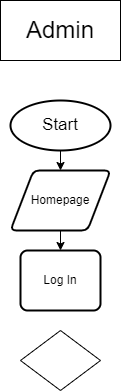
Above: Untitled Diagram.drawio.png in Jayrou12345/Flowchart (draw.io), before the change. Source tidied: cells renumbered, new cells last; positions are measured from the earlier drawing's top-left corner, leaving out a move shared by most shapes.
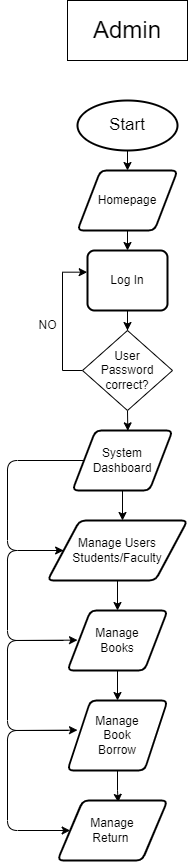
The same diagram one commit later.

Diff of the diagram source:
```diff
@@ -41,6 +41,9 @@
     <mxCell id="10" value="Homepage" style="shape=parallelogram;html=1;strokeWidth=2;perimeter=parallelogramPerimeter;whiteSpace=wrap;rounded=1;arcSize=12;size=0.23;" parent="1" vertex="1">
       <mxGeometry x="10" y="170" width="100" height="60" as="geometry" />
     </mxCell>
+    <mxCell id="14" style="edgeStyle=orthogonalEdgeStyle;rounded=0;jettySize=auto;html=1;" parent="1" edge="1" source="11" target="13">
+      <mxGeometry relative="1" as="geometry" />
+    </mxCell>
     <mxCell id="11" value="Log In" style="rounded=1;whiteSpace=wrap;html=1;absoluteArcSize=1;arcSize=14;strokeWidth=2;" parent="1" vertex="1">
       <mxGeometry x="20" y="250" width="80" height="60" as="geometry" />
     </mxCell>
@@ -49,8 +52,82 @@
         <mxPoint x="60" y="230" as="sourcePoint" />
       </mxGeometry>
     </mxCell>
+    <mxCell id="15" style="edgeStyle=orthogonalEdgeStyle;rounded=0;jettySize=auto;html=1;exitX=0;exitY=0.5;exitDx=0;exitDy=0;entryX=-0.004;entryY=0.361;entryDx=0;entryDy=0;entryPerimeter=0;" parent="1" edge="1" source="13" target="11">
+      <mxGeometry relative="1" as="geometry" />
+    </mxCell>
+    <mxCell id="16" style="edgeStyle=orthogonalEdgeStyle;rounded=0;jettySize=auto;html=1;exitX=0.5;exitY=1;exitDx=0;exitDy=0;entryX=0.553;entryY=0.006;entryDx=0;entryDy=0;entryPerimeter=0;" parent="1" edge="1" source="13" target="20">
+      <mxGeometry relative="1" as="geometry" />
+    </mxCell>
-    <mxCell id="13" style="rhombus;whiteSpace=wrap;html=1;" parent="1" vertex="1">
-      <mxGeometry x="20" y="330" width="80" height="60" as="geometry" />
+    <mxCell id="13" value="User&lt;br&gt;Password&lt;br&gt;correct?" style="rhombus;whiteSpace=wrap;html=1;" parent="1" vertex="1">
+      <mxGeometry x="15" y="330" width="90" height="80" as="geometry" />
     </mxCell>
+    <mxCell id="17" value="NO" style="text;html=1;align=center;verticalAlign=middle;strokeColor=none;fillColor=none;" parent="1" vertex="1">
+      <mxGeometry x="-40" y="310" width="40" height="30" as="geometry" />
+    </mxCell>
+    <mxCell id="18" style="rounded=1;jettySize=auto;html=1;exitX=0;exitY=0.5;exitDx=0;exitDy=0;" parent="1" edge="1" source="20" target="22">
+      <mxGeometry relative="1" as="geometry">
+        <Array as="points">
+          <mxPoint x="-60" y="460" />
+          <mxPoint x="-60" y="550" />
+        </Array>
+      </mxGeometry>
+    </mxCell>
+    <mxCell id="19" style="edgeStyle=orthogonalEdgeStyle;rounded=0;jettySize=auto;html=1;" parent="1" edge="1" source="20">
+      <mxGeometry relative="1" as="geometry">
+        <mxPoint x="55" y="520" as="targetPoint" />
+      </mxGeometry>
+    </mxCell>
+    <mxCell id="20" value="System&lt;br&gt;Dashboard" style="shape=parallelogram;html=1;strokeWidth=2;perimeter=parallelogramPerimeter;whiteSpace=wrap;rounded=1;arcSize=12;size=0.23;" parent="1" vertex="1">
+      <mxGeometry x="5" y="430" width="100" height="60" as="geometry" />
+    </mxCell>
+    <mxCell id="21" style="edgeStyle=orthogonalEdgeStyle;rounded=0;jettySize=auto;html=1;exitX=0.5;exitY=1;exitDx=0;exitDy=0;entryX=0.5;entryY=0;entryDx=0;entryDy=0;" parent="1" edge="1" source="22" target="24">
+      <mxGeometry relative="1" as="geometry" />
+    </mxCell>
+    <mxCell id="22" value="Manage Users&lt;br&gt;Students/Faculty" style="shape=parallelogram;html=1;strokeWidth=2;perimeter=parallelogramPerimeter;whiteSpace=wrap;rounded=1;arcSize=12;size=0.23;" parent="1" vertex="1">
+      <mxGeometry x="-20" y="520" width="140" height="60" as="geometry" />
+    </mxCell>
+    <mxCell id="23" style="edgeStyle=orthogonalEdgeStyle;rounded=0;jettySize=auto;html=1;exitX=0.5;exitY=1;exitDx=0;exitDy=0;entryX=0.5;entryY=0;entryDx=0;entryDy=0;" parent="1" edge="1" source="24" target="26">
+      <mxGeometry relative="1" as="geometry" />
+    </mxCell>
+    <mxCell id="24" value="Manage&lt;br&gt;Books" style="shape=parallelogram;html=1;strokeWidth=2;perimeter=parallelogramPerimeter;whiteSpace=wrap;rounded=1;arcSize=12;size=0.23;" parent="1" vertex="1">
+      <mxGeometry y="610" width="100" height="60" as="geometry" />
+    </mxCell>
+    <mxCell id="25" style="edgeStyle=orthogonalEdgeStyle;rounded=0;jettySize=auto;html=1;entryX=0.552;entryY=0.031;entryDx=0;entryDy=0;entryPerimeter=0;" parent="1" edge="1" source="26" target="27">
+      <mxGeometry relative="1" as="geometry" />
+    </mxCell>
+    <mxCell id="26" value="Manage&lt;br&gt;Book&lt;br&gt;Borrow" style="shape=parallelogram;html=1;strokeWidth=2;perimeter=parallelogramPerimeter;whiteSpace=wrap;rounded=1;arcSize=12;size=0.23;" parent="1" vertex="1">
+      <mxGeometry y="700" width="100" height="70" as="geometry" />
+    </mxCell>
+    <mxCell id="27" value="Manage&lt;br&gt;Return&amp;nbsp;" style="shape=parallelogram;html=1;strokeWidth=2;perimeter=parallelogramPerimeter;whiteSpace=wrap;rounded=1;arcSize=12;size=0.23;" parent="1" vertex="1">
+      <mxGeometry x="-10" y="800" width="110" height="60" as="geometry" />
+    </mxCell>
+    <mxCell id="28" style="endArrow=classic;html=1;rounded=1;exitX=0;exitY=0.5;exitDx=0;exitDy=0;" parent="1" edge="1" source="22">
+      <mxGeometry relative="1" as="geometry">
+        <mxPoint x="10" y="639.6" as="targetPoint" />
+        <Array as="points">
+          <mxPoint x="-60" y="550" />
+          <mxPoint x="-60" y="640" />
+        </Array>
+      </mxGeometry>
+    </mxCell>
+    <mxCell id="29" style="endArrow=classic;html=1;rounded=1;exitX=0;exitY=0.5;exitDx=0;exitDy=0;" parent="1" edge="1">
+      <mxGeometry relative="1" as="geometry">
+        <mxPoint x="-4" y="640" as="sourcePoint" />
+        <mxPoint x="10" y="729.6" as="targetPoint" />
+        <Array as="points">
+          <mxPoint x="-60" y="640" />
+          <mxPoint x="-60" y="730" />
+        </Array>
+      </mxGeometry>
+    </mxCell>
+    <mxCell id="30" style="endArrow=classic;html=1;rounded=1;exitX=0;exitY=0.5;exitDx=0;exitDy=0;entryX=0;entryY=0.5;entryDx=0;entryDy=0;" parent="1" edge="1" target="27">
+      <mxGeometry relative="1" as="geometry">
+        <mxPoint x="1" y="730" as="sourcePoint" />
+        <Array as="points">
+          <mxPoint x="-60" y="730" />
+          <mxPoint x="-60" y="830" />
+        </Array>
+      </mxGeometry>
+    </mxCell>
   </root>
 </mxGraphModel>
```
